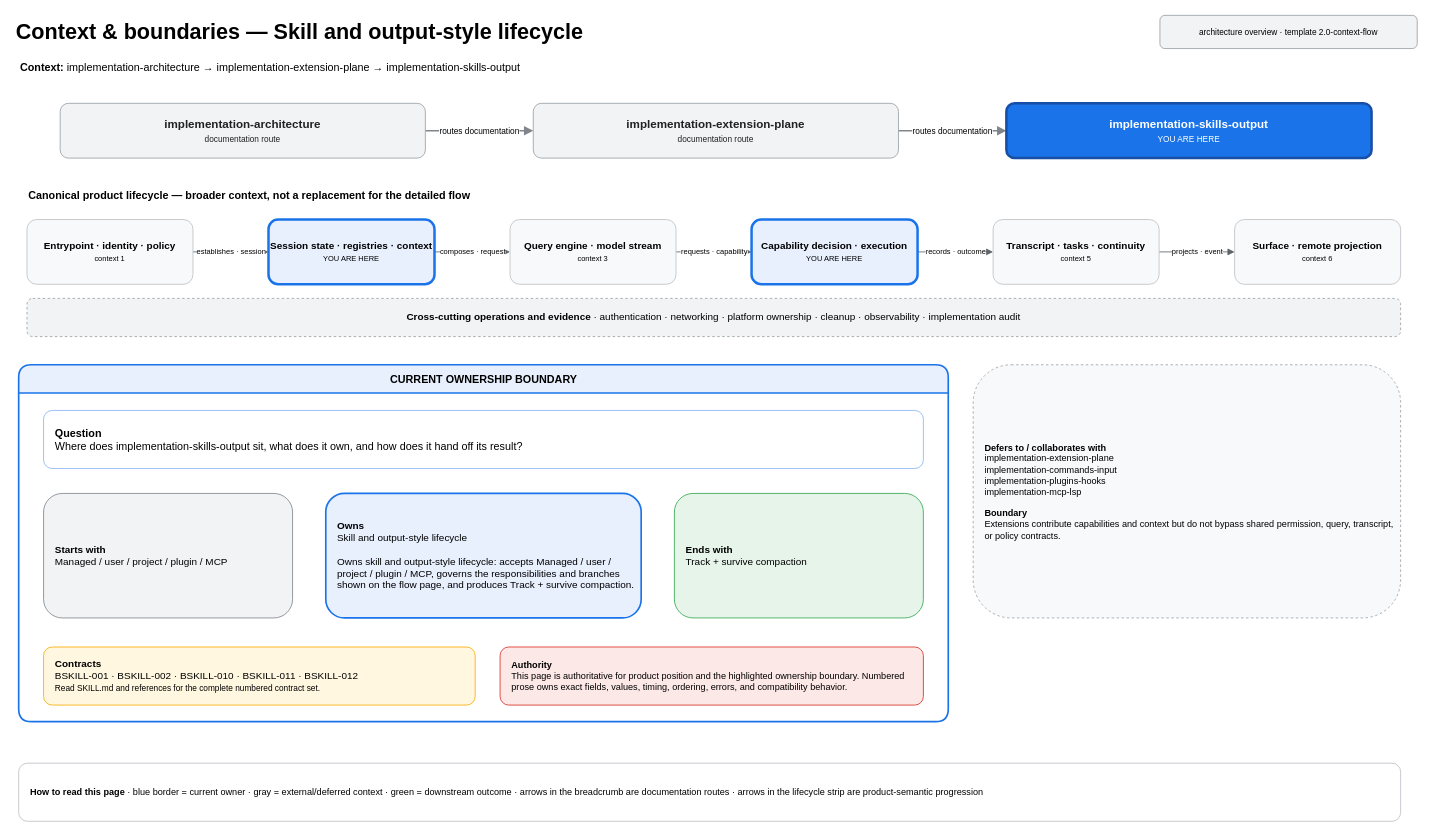
Above: page "01 — Context & Boundaries" (1 of 2) of .codex/skills/implementation-skills-output/assets/architecture.drawio in greenpau/agentx (draw.io), before the change. Source tidied: cells renumbered, new cells numbered last; positions are measured from the earlier drawing's top-left corner, leaving out a move shared by most shapes. Both pictures are drawn from the tidied source at 83%, with x=0, y=0 at pixel (14, 14).
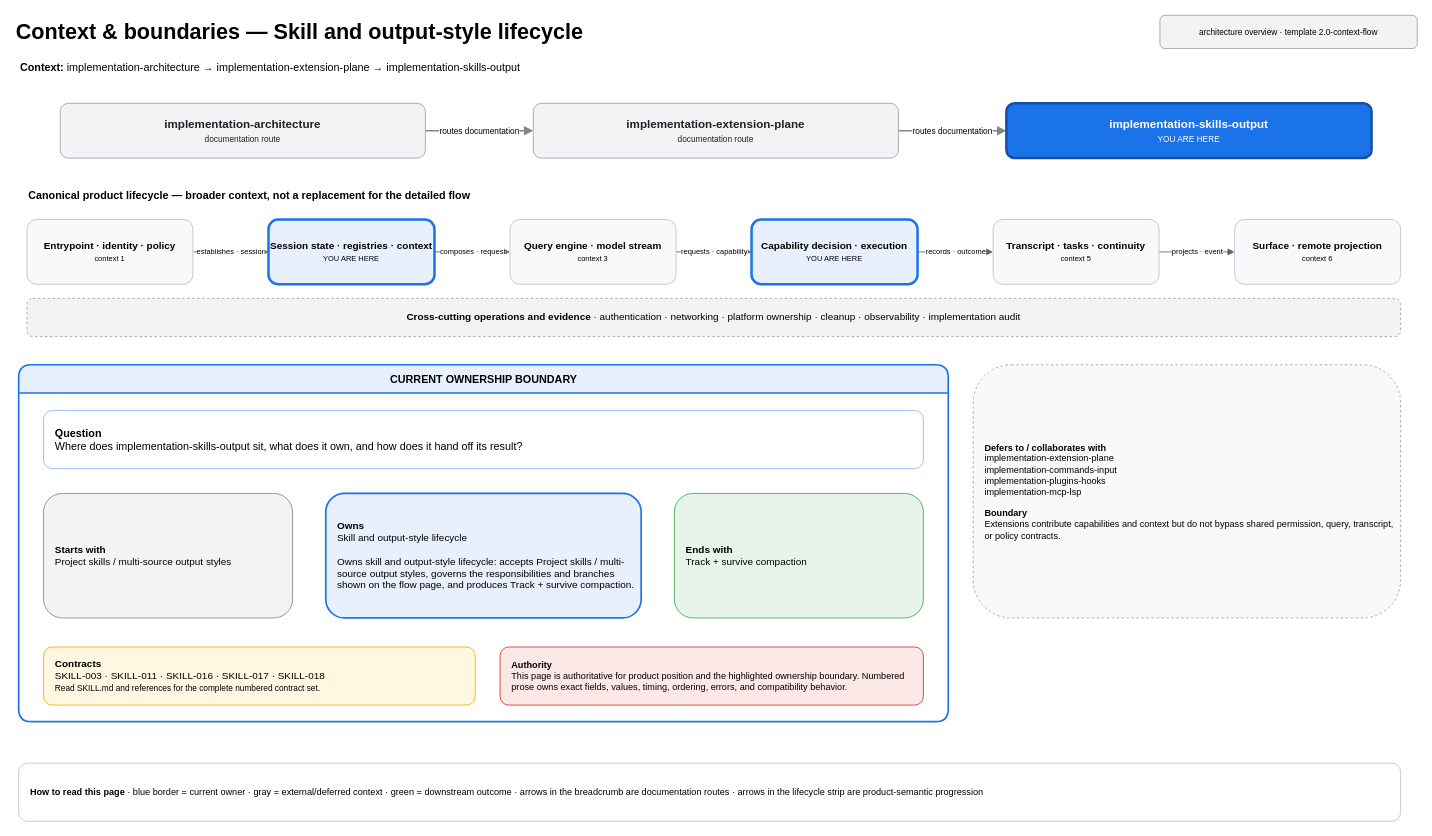
The same page after the edit.

Change to the diagram source:
```diff
@@
-    <mxCell id="25" value="&lt;b&gt;Starts with&lt;/b&gt;&lt;br&gt;Managed / user / project / plugin / MCP" style="rounded=1;whiteSpace=wrap;html=1;fillColor=#f1f3f4;strokeColor=#80868b;fontSize=12;align=left;spacingLeft=12;" parent="1" vertex="1">
+    <mxCell id="25" value="&lt;b&gt;Starts with&lt;/b&gt;&lt;br&gt;Project skills / multi-source output styles" style="rounded=1;whiteSpace=wrap;html=1;fillColor=#f1f3f4;strokeColor=#80868b;fontSize=12;align=left;spacingLeft=12;" parent="1" vertex="1">
       <mxGeometry x="35" y="577" width="300" height="150" as="geometry" />
     </mxCell>
-    <mxCell id="26" value="&lt;b&gt;Owns&lt;/b&gt;&lt;br&gt;Skill and output-style lifecycle&lt;br&gt;&lt;br&gt;Owns skill and output-style lifecycle: accepts Managed / user / project / plugin / MCP, governs the responsibilities and branches shown on the flow page, and produces Track + survive compaction." style="rounded=1;whiteSpace=wrap;html=1;fillColor=#e8f0fe;strokeColor=#1a73e8;strokeWidth=2;fontSize=12;align=left;spacingLeft=12;" parent="1" vertex="1">
+    <mxCell id="26" value="&lt;b&gt;Owns&lt;/b&gt;&lt;br&gt;Skill and output-style lifecycle&lt;br&gt;&lt;br&gt;Owns skill and output-style lifecycle: accepts Project skills / multi-source output styles, governs the responsibilities and branches shown on the flow page, and produces Track + survive compaction." style="rounded=1;whiteSpace=wrap;html=1;fillColor=#e8f0fe;strokeColor=#1a73e8;strokeWidth=2;fontSize=12;align=left;spacingLeft=12;" parent="1" vertex="1">
       <mxGeometry x="375" y="577" width="380" height="150" as="geometry" />
     </mxCell>
@@
-    <mxCell id="29" value="&lt;b&gt;Contracts&lt;/b&gt;&lt;br&gt;BSKILL-001 · BSKILL-002 · BSKILL-010 · BSKILL-011 · BSKILL-012&lt;br&gt;&lt;font style=&quot;font-size:10px&quot;&gt;Read SKILL.md and references for the complete numbered contract set.&lt;/font&gt;" style="rounded=1;whiteSpace=wrap;html=1;fillColor=#fff7e0;strokeColor=#f9ab00;fontSize=12;align=left;spacingLeft=12;" parent="1" vertex="1">
+    <mxCell id="29" value="&lt;b&gt;Contracts&lt;/b&gt;&lt;br&gt;SKILL-003 · SKILL-011 · SKILL-016 · SKILL-017 · SKILL-018&lt;br&gt;&lt;font style=&quot;font-size:10px&quot;&gt;Read SKILL.md and references for the complete numbered contract set.&lt;/font&gt;" style="rounded=1;whiteSpace=wrap;html=1;fillColor=#fff7e0;strokeColor=#f9ab00;fontSize=12;align=left;spacingLeft=12;" parent="1" vertex="1">
       <mxGeometry x="35" y="762" width="520" height="70" as="geometry" />
     </mxCell>
```
